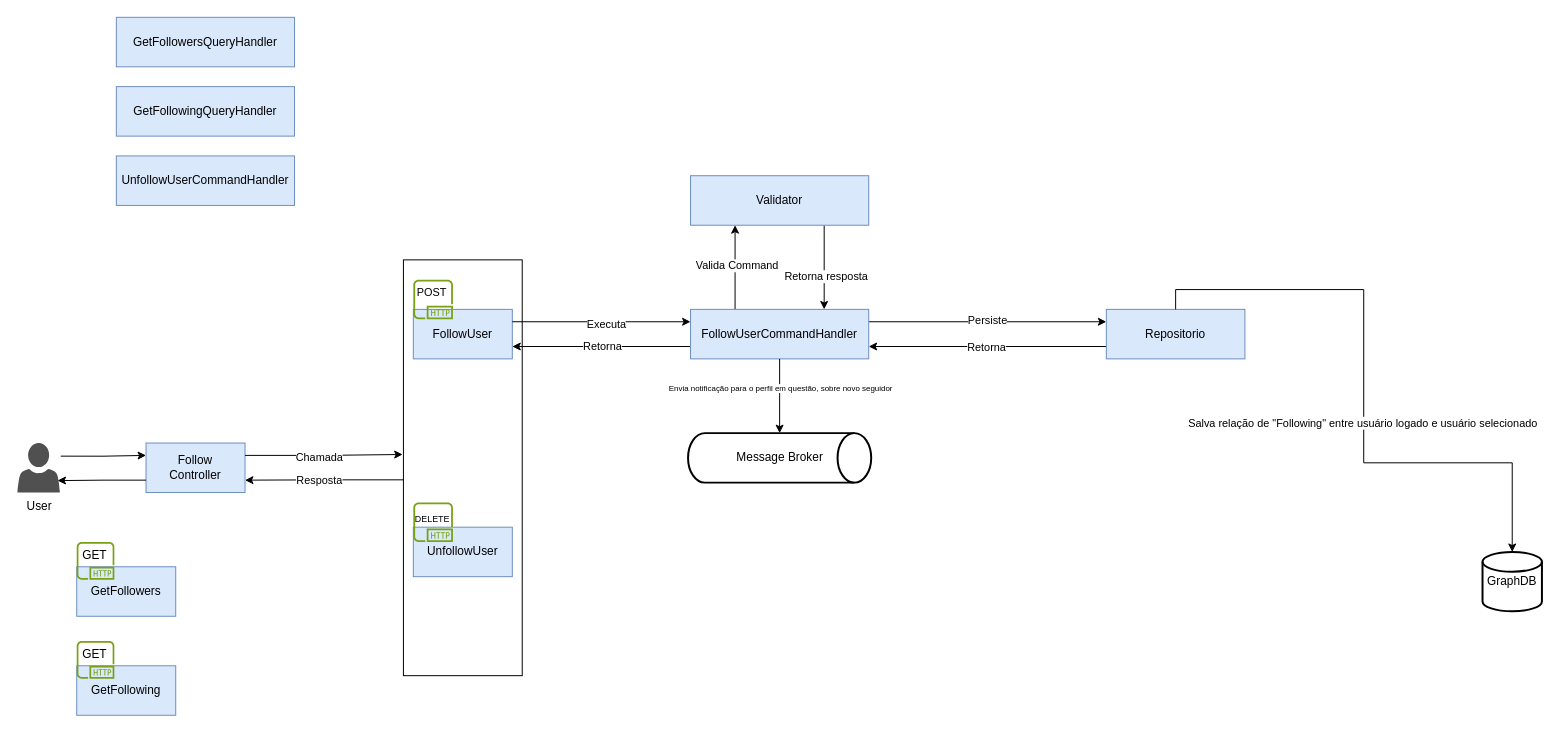
Above: page "SocialService/Follow" (4 of 8) of Untitled Diagram.drawio in AlanEdward19/ShapeUp (draw.io), before the change. Source tidied: cells renumbered, new cells numbered last; positions are measured from the earlier drawing's top-left corner, leaving out a move shared by most shapes. Both pictures are drawn from the tidied source at 99%, with x=0, y=0 at pixel (17, 17).
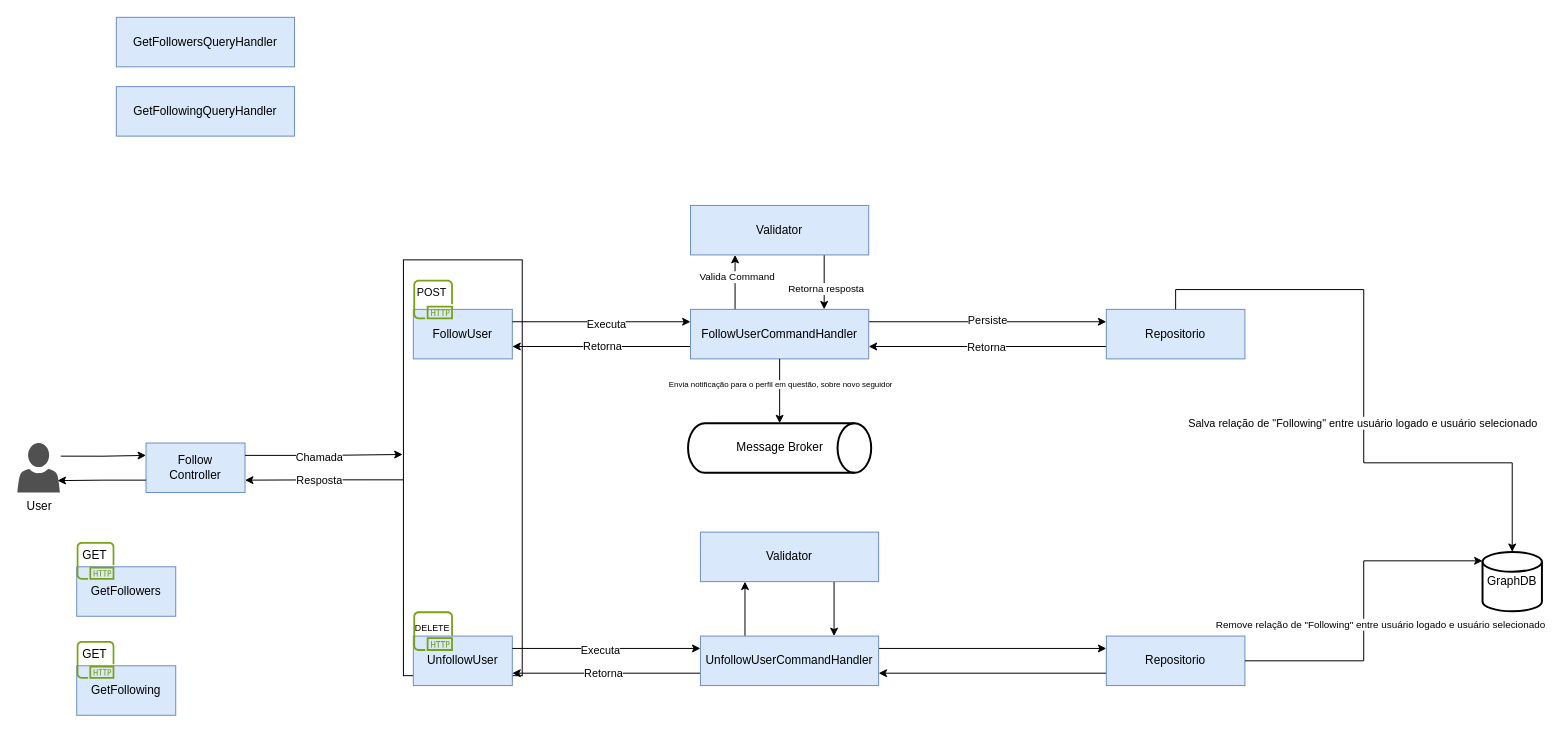
After the change.

Commit message:
UnfollowUser [Não finalizado]

The change refers to these unchanged cells:
```xml
<mxCell id="33" style="edgeStyle=orthogonalEdgeStyle;rounded=0;jettySize=auto;html=1;exitX=0.25;exitY=0;exitDx=0;exitDy=0;entryX=0.25;entryY=1;entryDx=0;entryDy=0;" parent="1" edge="1" source="37" target="45">
  <mxGeometry relative="1" as="geometry" />
</mxCell>
<mxCell id="43" style="edgeStyle=orthogonalEdgeStyle;rounded=0;jettySize=auto;html=1;exitX=0.75;exitY=1;exitDx=0;exitDy=0;entryX=0.75;entryY=0;entryDx=0;entryDy=0;" parent="1" edge="1" source="45" target="37">
  <mxGeometry relative="1" as="geometry" />
</mxCell>
<mxCell id="49" value="GraphDB" style="strokeWidth=2;html=1;shape=mxgraph.flowchart.database;whiteSpace=wrap;" parent="1" vertex="1">
  <mxGeometry x="1480" y="540" width="60" height="60" as="geometry" />
</mxCell>
```

Diff of the diagram source:
```diff
@@
-    <mxCell id="13" style="group;" parent="1" vertex="1">
-      <mxGeometry x="400" y="490" width="100" height="75" as="geometry" />
-    </mxCell>
-    <mxCell id="14" value="UnfollowUser" style="whiteSpace=wrap;html=1;fillColor=#dae8fc;strokeColor=#6c8ebf;" parent="13" vertex="1">
-      <mxGeometry y="25" width="100" height="50" as="geometry" />
-    </mxCell>
-    <mxCell id="15" style="group;" parent="13" vertex="1">
-      <mxGeometry width="43" height="40" as="geometry" />
-    </mxCell>
-    <mxCell id="16" style="sketch=0;fontColor=#232F3E;gradientColor=none;fillColor=#7AA116;strokeColor=none;dashed=0;verticalLabelPosition=bottom;verticalAlign=top;align=center;html=1;fontSize=12;fontStyle=0;shape=mxgraph.aws4.http_protocol;" parent="15" vertex="1">
-      <mxGeometry width="40" height="40" as="geometry" />
-    </mxCell>
-    <mxCell id="17" value="DELETE" style="text;whiteSpace=wrap;fillColor=none;fontSize=9;" parent="15" vertex="1">
-      <mxGeometry y="5" width="43" height="15" as="geometry" />
-    </mxCell>
@@
-    <mxCell id="34" value="Valida Command" style="edgeLabel;html=1;align=center;verticalAlign=middle;" parent="33" vertex="1">
+    <mxCell id="34" value="Valida Command" style="edgeLabel;html=1;align=center;verticalAlign=middle;fontSize=10;" parent="33" vertex="1">
       <mxGeometry x="-0.27" y="-1" relative="1" as="geometry">
         <mxPoint y="-14" as="offset" />
       </mxGeometry>
     </mxCell>
@@
+    <mxCell id="55" style="edgeStyle=orthogonalEdgeStyle;rounded=0;jettySize=auto;html=1;exitX=0;exitY=0.75;exitDx=0;exitDy=0;entryX=1;entryY=0.75;entryDx=0;entryDy=0;" parent="1" edge="1" source="40" target="14">
+      <mxGeometry relative="1" as="geometry" />
+    </mxCell>
+    <mxCell id="56" value="Retorna" style="edgeLabel;html=1;align=center;verticalAlign=middle;" parent="55" vertex="1">
+      <mxGeometry x="0.17" relative="1" as="geometry">
+        <mxPoint x="12" as="offset" />
+      </mxGeometry>
+    </mxCell>
+    <mxCell id="57" style="edgeStyle=orthogonalEdgeStyle;rounded=0;jettySize=auto;html=1;exitX=0.25;exitY=0;exitDx=0;exitDy=0;entryX=0.25;entryY=1;entryDx=0;entryDy=0;" parent="1" edge="1" source="40" target="63">
+      <mxGeometry relative="1" as="geometry" />
+    </mxCell>
+    <mxCell id="58" style="edgeStyle=orthogonalEdgeStyle;rounded=0;jettySize=auto;html=1;exitX=1;exitY=0.25;exitDx=0;exitDy=0;entryX=0;entryY=0.25;entryDx=0;entryDy=0;" parent="1" edge="1" source="40" target="65">
+      <mxGeometry relative="1" as="geometry" />
+    </mxCell>
     <mxCell id="40" value="UnfollowUserCommandHandler" style="whiteSpace=wrap;html=1;fillColor=#dae8fc;strokeColor=#6c8ebf;" parent="1" vertex="1">
-      <mxGeometry x="100" y="140" width="180" height="50" as="geometry" />
+      <mxGeometry x="690" y="625" width="180" height="50" as="geometry" />
     </mxCell>
@@
-    <mxCell id="44" value="Retorna resposta" style="edgeLabel;html=1;align=center;verticalAlign=middle;" parent="43" vertex="1">
+    <mxCell id="44" value="Retorna resposta" style="edgeLabel;html=1;align=center;verticalAlign=middle;fontSize=10;" parent="43" vertex="1">
       <mxGeometry x="0.19" y="1" relative="1" as="geometry" />
     </mxCell>
     <mxCell id="45" value="Validator" style="whiteSpace=wrap;html=1;fillColor=#dae8fc;strokeColor=#6c8ebf;" parent="1" vertex="1">
-      <mxGeometry x="680" y="160" width="180" height="50" as="geometry" />
+      <mxGeometry x="680" y="190" width="180" height="50" as="geometry" />
     </mxCell>
@@
     <mxCell id="52" value="Message Broker" style="strokeWidth=2;html=1;shape=mxgraph.flowchart.direct_data;whiteSpace=wrap;rotation=0;" parent="1" vertex="1">
-      <mxGeometry x="677.5" y="420" width="185" height="50" as="geometry" />
+      <mxGeometry x="677.5" y="410" width="185" height="50" as="geometry" />
     </mxCell>
@@
+    <mxCell id="59" style="group;" parent="1" vertex="1">
+      <mxGeometry x="400" y="600" width="100" height="75" as="geometry" />
+    </mxCell>
+    <mxCell id="14" value="UnfollowUser" style="whiteSpace=wrap;html=1;fillColor=#dae8fc;strokeColor=#6c8ebf;" parent="59" vertex="1">
+      <mxGeometry y="25" width="100" height="50" as="geometry" />
+    </mxCell>
+    <mxCell id="15" style="group;" parent="59" vertex="1">
+      <mxGeometry width="43" height="40" as="geometry" />
+    </mxCell>
+    <mxCell id="16" style="sketch=0;fontColor=#232F3E;gradientColor=none;fillColor=#7AA116;strokeColor=none;dashed=0;verticalLabelPosition=bottom;verticalAlign=top;align=center;html=1;fontSize=12;fontStyle=0;shape=mxgraph.aws4.http_protocol;" parent="15" vertex="1">
+      <mxGeometry width="40" height="40" as="geometry" />
+    </mxCell>
+    <mxCell id="17" value="DELETE" style="text;whiteSpace=wrap;fillColor=none;fontSize=9;" parent="15" vertex="1">
+      <mxGeometry y="5" width="43" height="15" as="geometry" />
+    </mxCell>
+    <mxCell id="60" style="edgeStyle=orthogonalEdgeStyle;rounded=0;jettySize=auto;html=1;exitX=1;exitY=0.25;exitDx=0;exitDy=0;entryX=0;entryY=0.25;entryDx=0;entryDy=0;" parent="1" edge="1" source="14" target="40">
+      <mxGeometry relative="1" as="geometry" />
+    </mxCell>
+    <mxCell id="61" value="Executa" style="edgeLabel;html=1;align=center;verticalAlign=middle;" parent="60" vertex="1">
+      <mxGeometry x="-0.07" y="-1" relative="1" as="geometry">
+        <mxPoint y="1" as="offset" />
+      </mxGeometry>
+    </mxCell>
+    <mxCell id="62" style="edgeStyle=orthogonalEdgeStyle;rounded=0;jettySize=auto;html=1;exitX=0.75;exitY=1;exitDx=0;exitDy=0;entryX=0.75;entryY=0;entryDx=0;entryDy=0;" parent="1" edge="1" source="63" target="40">
+      <mxGeometry relative="1" as="geometry" />
+    </mxCell>
+    <mxCell id="63" value="Validator" style="whiteSpace=wrap;html=1;fillColor=#dae8fc;strokeColor=#6c8ebf;" parent="1" vertex="1">
+      <mxGeometry x="690" y="520" width="180" height="50" as="geometry" />
+    </mxCell>
+    <mxCell id="64" style="edgeStyle=orthogonalEdgeStyle;rounded=0;jettySize=auto;html=1;exitX=0;exitY=0.75;exitDx=0;exitDy=0;entryX=1;entryY=0.75;entryDx=0;entryDy=0;" parent="1" edge="1" source="65" target="40">
+      <mxGeometry relative="1" as="geometry" />
+    </mxCell>
+    <mxCell id="65" value="Repositorio" style="whiteSpace=wrap;html=1;fillColor=#dae8fc;strokeColor=#6c8ebf;" parent="1" vertex="1">
+      <mxGeometry x="1100" y="625" width="140" height="50" as="geometry" />
+    </mxCell>
+    <mxCell id="66" style="edgeStyle=orthogonalEdgeStyle;rounded=0;jettySize=auto;html=1;exitX=1;exitY=0.5;exitDx=0;exitDy=0;entryX=0;entryY=0.15;entryDx=0;entryDy=0;entryPerimeter=0;" parent="1" edge="1" source="65" target="49">
+      <mxGeometry relative="1" as="geometry" />
+    </mxCell>
+    <mxCell id="67" value="Remove relação de &quot;Following&quot; entre usuário logado e usuário selecionado" style="edgeLabel;html=1;align=center;verticalAlign=middle;fontSize=10;" parent="66" vertex="1">
+      <mxGeometry x="0.39" y="-2" relative="1" as="geometry">
+        <mxPoint y="61" as="offset" />
+      </mxGeometry>
+    </mxCell>
```
